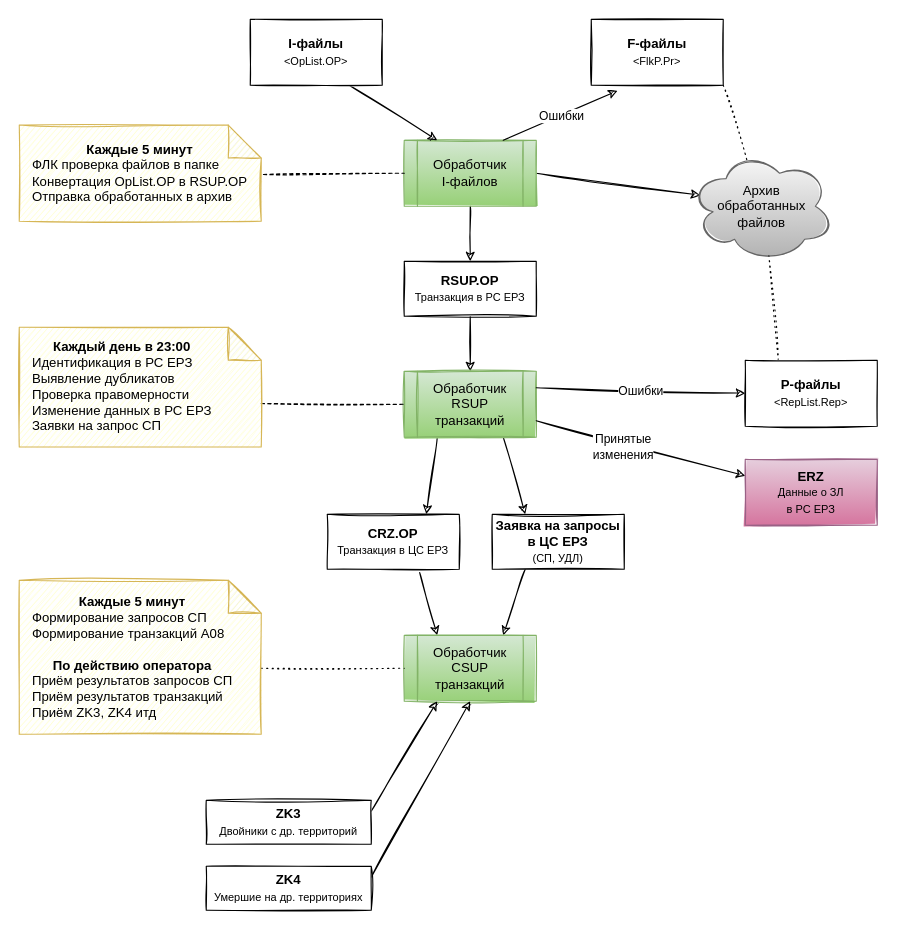
Earlier version of the draw.io diagram erz-proc.drawio (yuraigle/drawio-files). Source tidied: cells renumbered, new cells numbered last; positions are measured from the earlier drawing's top-left corner, leaving out a move shared by most shapes. Both pictures are drawn from the tidied source at 110%, with x=0, y=0 at pixel (19, 19).
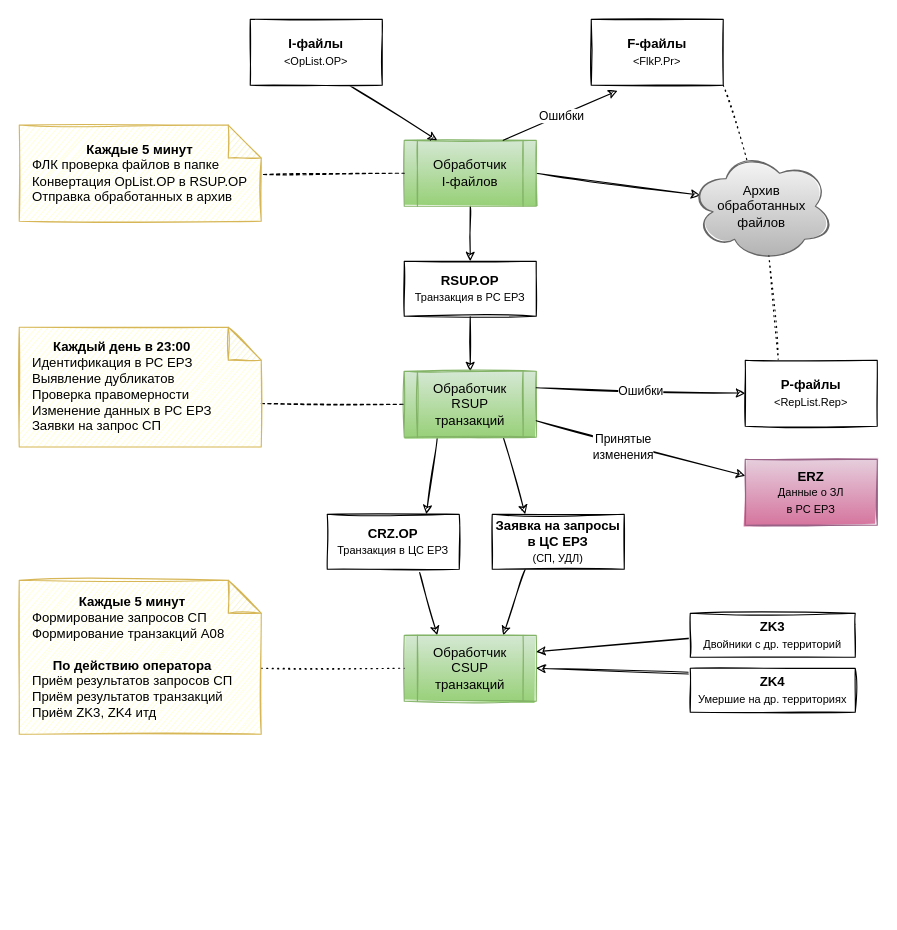
After the change.

The change refers to these unchanged cells:
```xml
<mxCell id="32" value="Обработчик&lt;br&gt;CSUP&lt;br&gt;транзакций" style="shape=process;whiteSpace=wrap;html=1;backgroundOutline=1;sketch=1;gradientColor=#97d077;fillColor=#d5e8d4;strokeColor=#82b366;rounded=0;glass=0;" parent="1" vertex="1">
  <mxGeometry x="350" y="560" width="120" height="60" as="geometry" />
</mxCell>
```

What changed in the source:
```diff
@@
-    <mxCell id="35" style="edgeStyle=none;rounded=0;sketch=1;jettySize=auto;html=1;exitX=1;exitY=0.25;exitDx=0;exitDy=0;entryX=0.25;entryY=1;entryDx=0;entryDy=0;endArrow=classic;endFill=1;" parent="1" edge="1" source="36" target="32">
+    <mxCell id="35" style="edgeStyle=none;rounded=0;sketch=1;jettySize=auto;html=1;exitX=1;exitY=0.25;exitDx=0;exitDy=0;entryX=1;entryY=0.25;entryDx=0;entryDy=0;endArrow=classic;endFill=1;" parent="1" edge="1" source="36" target="32">
       <mxGeometry relative="1" as="geometry" />
     </mxCell>
     <mxCell id="36" value="&lt;b&gt;ZK3&lt;/b&gt;&lt;br&gt;&lt;font style=&quot;font-size: 10px&quot;&gt;Двойники с др. территорий&lt;/font&gt;" style="rounded=0;whiteSpace=wrap;html=1;sketch=1;" parent="1" vertex="1">
-      <mxGeometry x="170" y="710" width="150" height="40" as="geometry" />
+      <mxGeometry x="610" y="540" width="150" height="40" as="geometry" />
     </mxCell>
-    <mxCell id="37" style="edgeStyle=none;rounded=0;sketch=1;jettySize=auto;html=1;exitX=1;exitY=0.25;exitDx=0;exitDy=0;entryX=0.5;entryY=1;entryDx=0;entryDy=0;endArrow=classic;endFill=1;" parent="1" edge="1" source="38" target="32">
+    <mxCell id="37" style="edgeStyle=none;rounded=0;sketch=1;jettySize=auto;html=1;exitX=1;exitY=0.25;exitDx=0;exitDy=0;entryX=1;entryY=0.5;entryDx=0;entryDy=0;endArrow=classic;endFill=1;" parent="1" edge="1" source="38" target="32">
       <mxGeometry relative="1" as="geometry" />
     </mxCell>
     <mxCell id="38" value="&lt;b&gt;ZK4&lt;/b&gt;&lt;br&gt;&lt;font style=&quot;font-size: 10px&quot;&gt;Умершие на др. территориях&lt;/font&gt;" style="rounded=0;whiteSpace=wrap;html=1;sketch=1;" parent="1" vertex="1">
-      <mxGeometry x="170" y="770" width="150" height="40" as="geometry" />
+      <mxGeometry x="610" y="590" width="150" height="40" as="geometry" />
     </mxCell>
```
